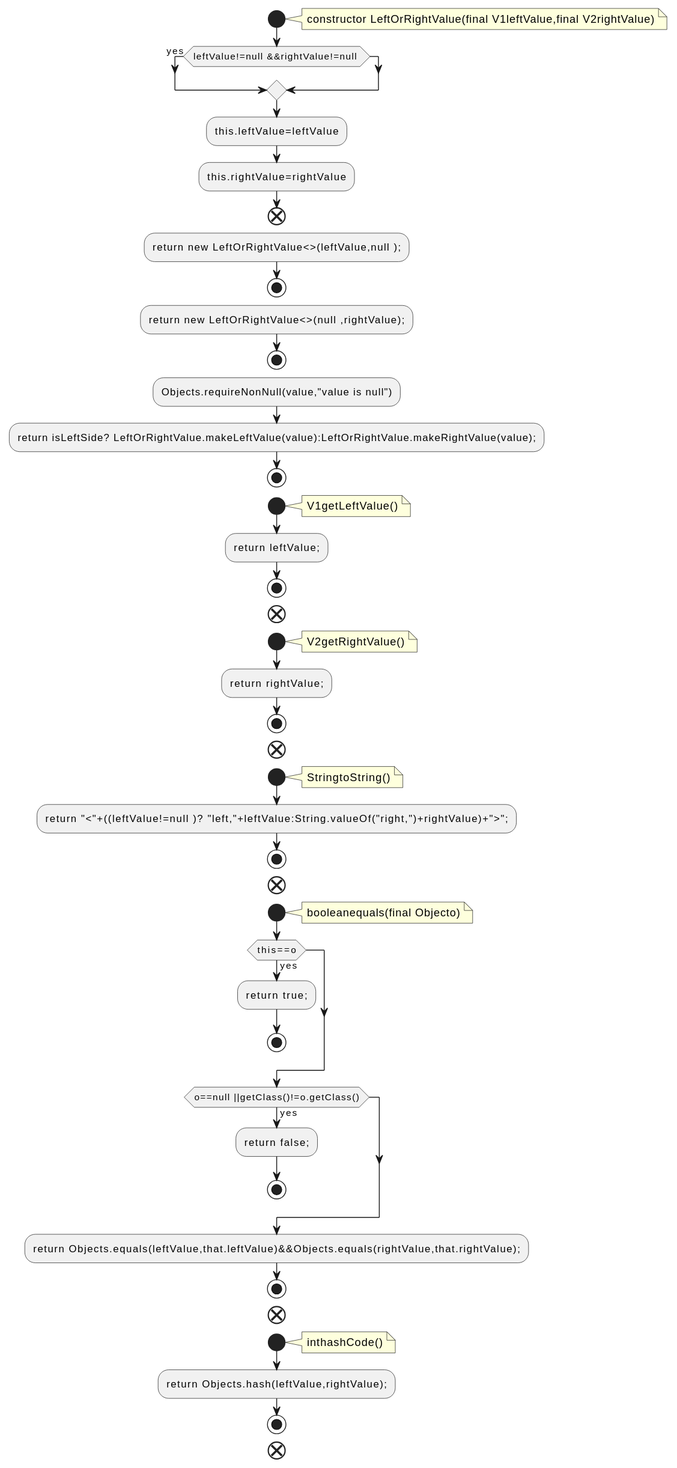
The PlantUML diagram docs/qc/streams/src/main/java/org/apache/kafka/streams/state/internals/LeftOrRightValue.java.fct.svg in qualitesys/kafka, before a commit. Source of this version:
```plantuml
@startuml
!pragma layout smetana
start
note right
constructor LeftOrRightValue(final V1leftValue,final V2rightValue)
end note
if (leftValue!=null &&rightValue!=null ) then (yes)
endif
:this.leftValue=leftValue;
:this.rightValue=rightValue;
end
:return new LeftOrRightValue<>(leftValue,null );;
stop
:return new LeftOrRightValue<>(null ,rightValue);;
stop
:Objects.requireNonNull(value,"value is null");
:return isLeftSide? LeftOrRightValue.makeLeftValue(value):LeftOrRightValue.makeRightValue(value);;
stop
start
note right
V1getLeftValue()
end note
:return leftValue;;
stop
end
start
note right
V2getRightValue()
end note
:return rightValue;;
stop
end
start
note right
StringtoString()
end note
:return "<"+((leftValue!=null )? "left,"+leftValue:String.valueOf("right,")+rightValue)+">";;
stop
end
start
note right
booleanequals(final Objecto)
end note
if (this==o) then (yes)
:return true;;
stop
endif
if (o==null ||getClass()!=o.getClass()) then (yes)
:return false;;
stop
endif
:return Objects.equals(leftValue,that.leftValue)&&Objects.equals(rightValue,that.rightValue);;
stop
end
start
note right
inthashCode()
end note
:return Objects.hash(leftValue,rightValue);;
stop
end
@enduml
```
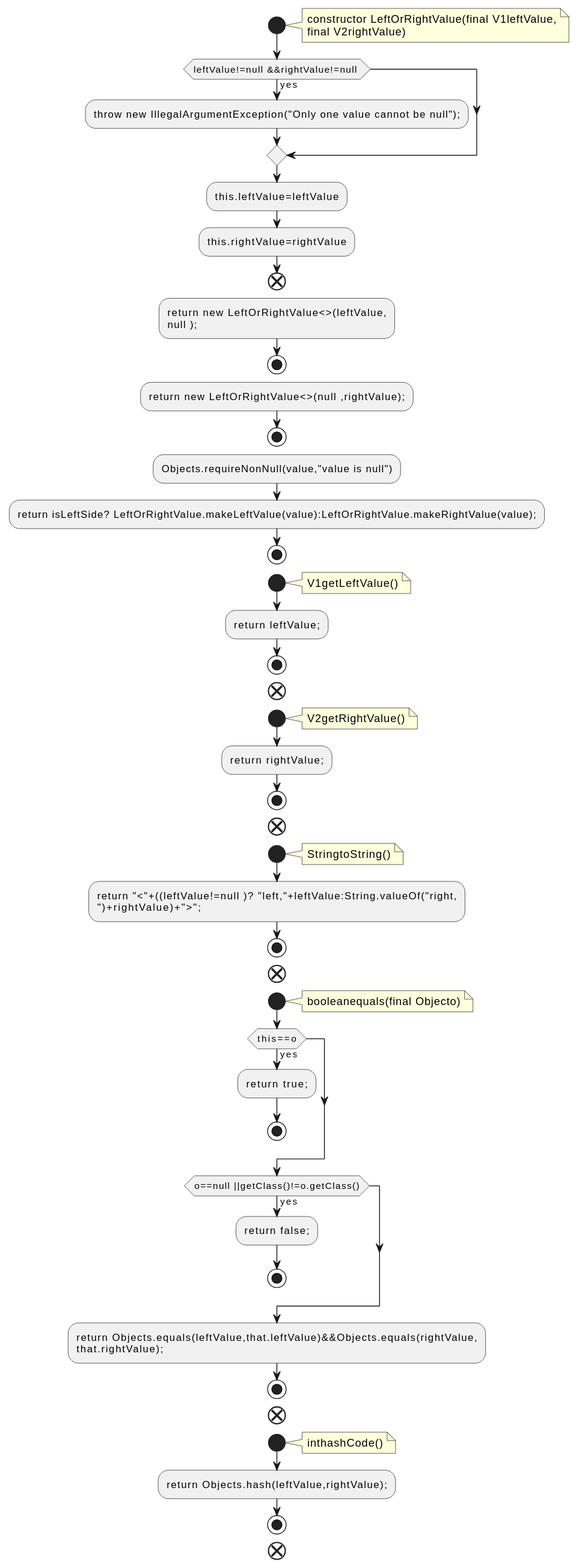
Later version of the same file.

What changed in the source:
```diff
@@ -2,14 +2,17 @@
 !pragma layout smetana
 start
 note right
-constructor LeftOrRightValue(final V1leftValue,final V2rightValue)
+constructor LeftOrRightValue(final V1leftValue,
+final V2rightValue)
 end note
 if (leftValue!=null &&rightValue!=null ) then (yes)
+:throw new IllegalArgumentException("Only one value cannot be null");;
 endif
 :this.leftValue=leftValue;
 :this.rightValue=rightValue;
 end
-:return new LeftOrRightValue<>(leftValue,null );;
+:return new LeftOrRightValue<>(leftValue,
+null );;
 stop
 :return new LeftOrRightValue<>(null ,rightValue);;
 stop
@@ -34,7 +37,8 @@
 note right
 StringtoString()
 end note
-:return "<"+((leftValue!=null )? "left,"+leftValue:String.valueOf("right,")+rightValue)+">";;
+:return "<"+((leftValue!=null )? "left,"+leftValue:String.valueOf("right,
+")+rightValue)+">";;
 stop
 end
 start
@@ -49,7 +53,8 @@
 :return false;;
 stop
 endif
-:return Objects.equals(leftValue,that.leftValue)&&Objects.equals(rightValue,that.rightValue);;
+:return Objects.equals(leftValue,that.leftValue)&&Objects.equals(rightValue,
+that.rightValue);;
 stop
 end
 start
```
